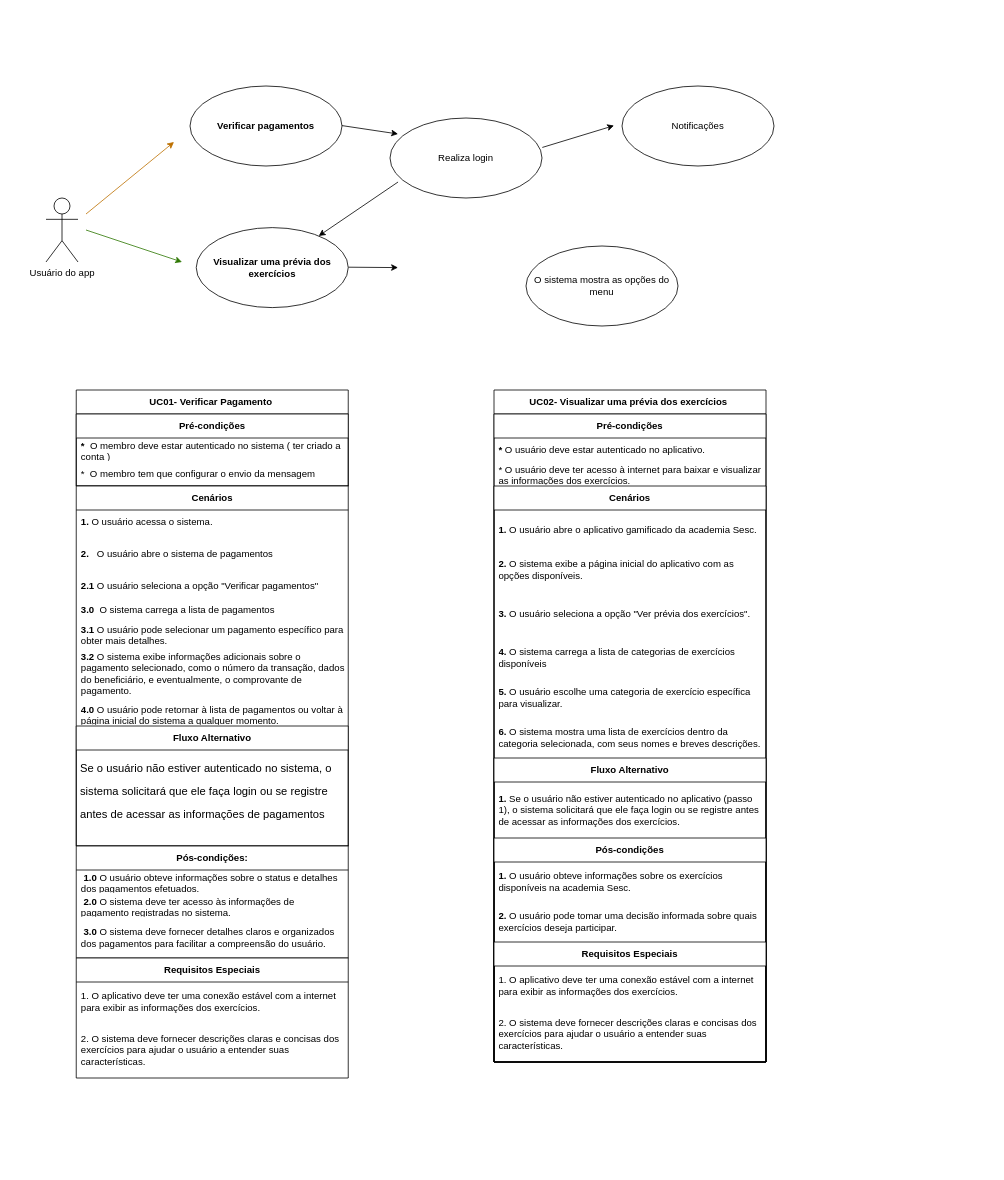
Earlier version of the draw.io diagram Diagrama sem nome.drawio (AndyPdN/cadastro_academia). Source tidied: cells renumbered, new cells numbered last; positions are measured from the earlier drawing's top-left corner, leaving out a move shared by most shapes. Both pictures are drawn from the tidied source at 80%, with x=0, y=0 at pixel (46, 86).
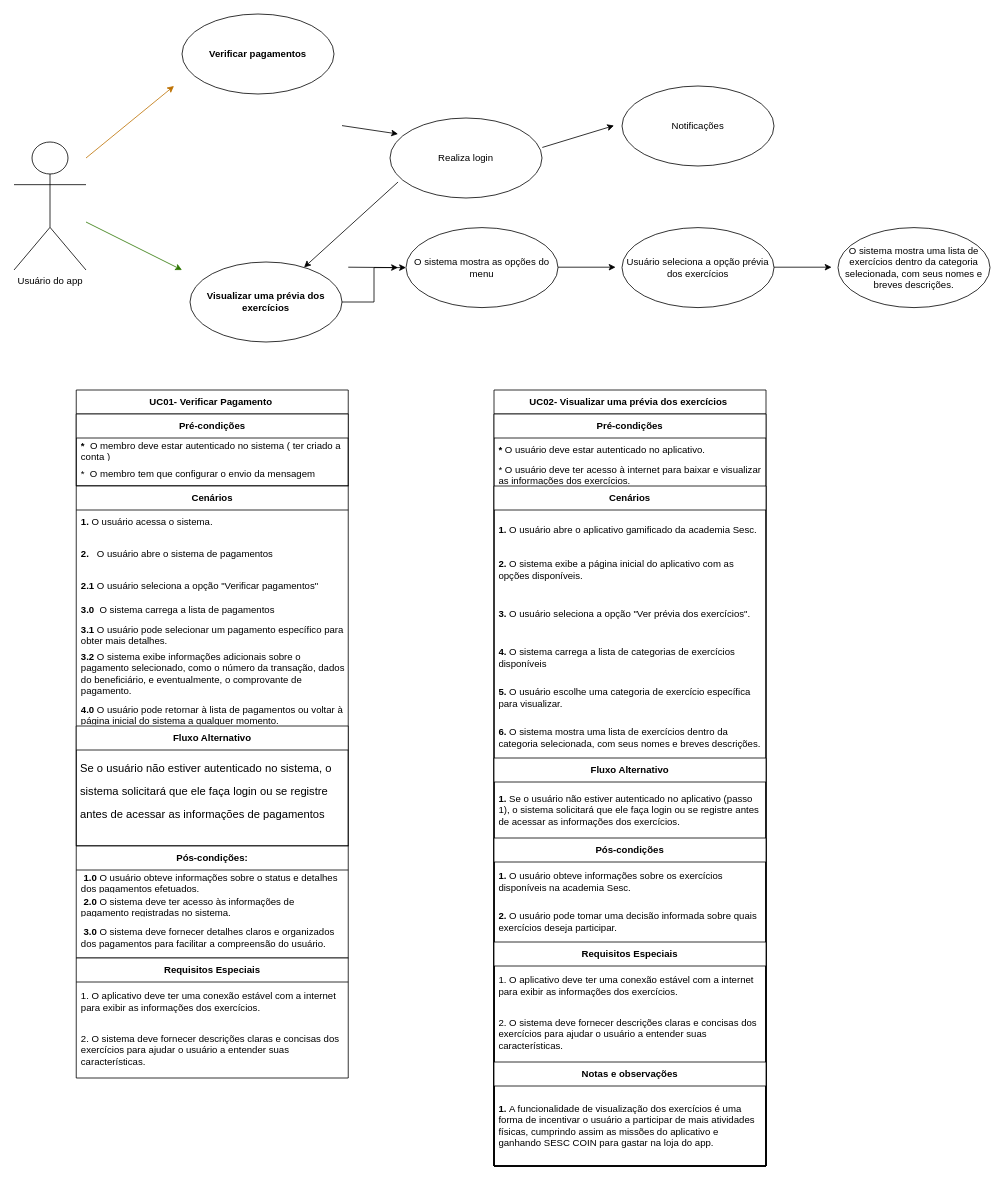
The same diagram, later.

Diff of the diagram source:
```diff
@@
     <mxCell id="2" value="Usuário do app" style="shape=umlActor;verticalLabelPosition=bottom;verticalAlign=top;html=1;" parent="1" vertex="1">
-      <mxGeometry y="140" width="40" height="80" as="geometry" />
+      <mxGeometry x="-40" y="70" width="90" height="160" as="geometry" />
     </mxCell>
     <mxCell id="3" value="&lt;b&gt;Verificar pagamentos&lt;/b&gt;" style="ellipse;whiteSpace=wrap;html=1;" parent="1" vertex="1">
-      <mxGeometry x="180" width="190" height="100" as="geometry" />
+      <mxGeometry x="170" y="-90" width="190" height="100" as="geometry" />
     </mxCell>
@@
+    <mxCell id="54" value="Usuário seleciona a opção prévia dos exercícios" style="ellipse;whiteSpace=wrap;html=1;" parent="1" vertex="1">
+      <mxGeometry x="720" y="177" width="190" height="100" as="geometry" />
+    </mxCell>
+    <mxCell id="55" value="O sistema mostra uma lista de exercícios dentro da categoria selecionada, com seus nomes e breves descrições." style="ellipse;whiteSpace=wrap;html=1;" parent="1" vertex="1">
+      <mxGeometry x="990" y="177" width="190" height="100" as="geometry" />
+    </mxCell>
     <mxCell id="5" value="O sistema mostra as opções do menu" style="ellipse;whiteSpace=wrap;html=1;" parent="1" vertex="1">
-      <mxGeometry x="600" y="200" width="190" height="100" as="geometry" />
+      <mxGeometry x="450" y="177" width="190" height="100" as="geometry" />
     </mxCell>
@@
     <mxCell id="7" value="&lt;b&gt;UC02- Visualizar uma prévia dos exercícios&amp;nbsp;&lt;/b&gt;" style="swimlane;fontStyle=0;horizontal=1;startSize=30;whiteSpace=wrap;html=1;" parent="1" vertex="1">
-      <mxGeometry x="560" y="380" width="340" height="840" as="geometry" />
+      <mxGeometry x="560" y="380" width="340" height="970" as="geometry" />
     </mxCell>
     <mxCell id="8" value="&lt;b&gt;Pré-condições&lt;/b&gt;" style="swimlane;fontStyle=0;horizontal=1;startSize=30;whiteSpace=wrap;html=1;align=center;" parent="7" vertex="1">
-      <mxGeometry y="30" width="340" height="810" as="geometry" />
+      <mxGeometry y="30" width="340" height="940" as="geometry" />
     </mxCell>
@@
     <mxCell id="11" value="&lt;b style=&quot;border-color: var(--border-color); text-align: left;&quot;&gt;Cenários&lt;/b&gt;" style="swimlane;fontStyle=0;horizontal=1;startSize=30;whiteSpace=wrap;html=1;" parent="8" vertex="1">
-      <mxGeometry y="90" width="340" height="720" as="geometry" />
+      <mxGeometry y="90" width="340" height="850" as="geometry" />
     </mxCell>
@@
     <mxCell id="18" value="&lt;b&gt;Fluxo Alternativo&lt;/b&gt;" style="swimlane;fontStyle=0;horizontal=1;startSize=30;whiteSpace=wrap;html=1;" parent="11" vertex="1">
-      <mxGeometry y="340" width="340" height="380" as="geometry" />
+      <mxGeometry y="340" width="340" height="510" as="geometry" />
     </mxCell>
@@
     <mxCell id="20" value="&lt;b&gt;Pós-condições&lt;/b&gt;" style="swimlane;fontStyle=0;horizontal=1;startSize=30;whiteSpace=wrap;html=1;" parent="18" vertex="1">
-      <mxGeometry y="100" width="340" height="280" as="geometry" />
+      <mxGeometry y="100" width="340" height="410" as="geometry" />
     </mxCell>
@@
     <mxCell id="23" value="&lt;b&gt;Requisitos Especiais&lt;/b&gt;" style="swimlane;fontStyle=0;horizontal=1;startSize=30;whiteSpace=wrap;html=1;" parent="20" vertex="1">
-      <mxGeometry y="130" width="340" height="150" as="geometry" />
+      <mxGeometry y="130" width="340" height="280" as="geometry" />
     </mxCell>
@@
+    <mxCell id="56" value="&lt;b&gt;Notas e observações&lt;/b&gt;" style="swimlane;fontStyle=0;horizontal=1;startSize=30;whiteSpace=wrap;html=1;" parent="23" vertex="1">
+      <mxGeometry y="150" width="340" height="130" as="geometry" />
+    </mxCell>
+    <mxCell id="57" value="&lt;b&gt;1.&lt;/b&gt;&amp;nbsp;A funcionalidade de visualização dos exercícios é uma forma de incentivar o usuário a participar de mais atividades físicas, cumprindo assim as missões do aplicativo e ganhando SESC COIN para gastar na loja do app." style="text;strokeColor=none;fillColor=none;align=left;verticalAlign=middle;spacingLeft=4;spacingRight=4;overflow=hidden;whiteSpace=wrap;html=1;" parent="56" vertex="1">
+      <mxGeometry y="30" width="340" height="100" as="geometry" />
+    </mxCell>
     <mxCell id="26" style="endArrow=classic;html=1;rounded=0;fillColor=#60a917;strokeColor=#2D7600;" parent="1" edge="1">
       <mxGeometry relative="1" as="geometry">
-        <mxPoint x="50" y="180" as="sourcePoint" />
-        <mxPoint x="170" y="220" as="targetPoint" />
+        <mxPoint x="50" y="170" as="sourcePoint" />
+        <mxPoint x="170" y="230" as="targetPoint" />
       </mxGeometry>
     </mxCell>
     <mxCell id="27" style="endArrow=classic;html=1;rounded=0;fillColor=#f0a30a;strokeColor=#BD7000;" parent="1" edge="1">
       <mxGeometry relative="1" as="geometry">
-        <mxPoint x="50" y="160" as="sourcePoint" />
-        <mxPoint x="160" y="70" as="targetPoint" />
+        <mxPoint x="50" y="90" as="sourcePoint" />
+        <mxPoint x="160" as="targetPoint" />
       </mxGeometry>
     </mxCell>
@@
+    <mxCell id="58" style="edgeStyle=orthogonalEdgeStyle;rounded=0;jettySize=auto;html=1;" parent="1" edge="1" source="45" target="5">
+      <mxGeometry relative="1" as="geometry" />
+    </mxCell>
+    <mxCell id="59" style="edgeStyle=orthogonalEdgeStyle;rounded=0;orthogonalLoop=1;jettySize=auto;html=1;" parent="1" edge="1">
+      <mxGeometry relative="1" as="geometry">
+        <mxPoint x="640" y="226.5" as="sourcePoint" />
+        <mxPoint x="712" y="226.5" as="targetPoint" />
+      </mxGeometry>
+    </mxCell>
+    <mxCell id="60" style="edgeStyle=orthogonalEdgeStyle;rounded=0;orthogonalLoop=1;jettySize=auto;html=1;" parent="1" edge="1">
+      <mxGeometry relative="1" as="geometry">
+        <mxPoint x="910" y="226.5" as="sourcePoint" />
+        <mxPoint x="982" y="226.5" as="targetPoint" />
+      </mxGeometry>
+    </mxCell>
     <mxCell id="45" value="&lt;b style=&quot;border-color: var(--border-color);&quot;&gt;Visualizar uma prévia dos exercícios&lt;/b&gt;" style="ellipse;whiteSpace=wrap;html=1;" parent="1" vertex="1">
-      <mxGeometry x="187.8" y="177" width="190" height="100" as="geometry" />
+      <mxGeometry x="180" y="220" width="190" height="100" as="geometry" />
     </mxCell>
```
